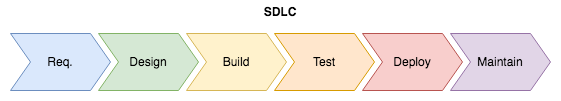
The draw.io diagram publications/presentation/pics/SDLC.png in brampat/security, before a commit. Source tidied: cells renumbered, new cells last; positions are measured from the earlier drawing's top-left corner, leaving out a move shared by most shapes.
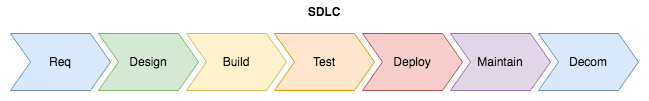
Above is the later version.

What changed in the source:
```diff
@@ -2,12 +2,12 @@
   <root>
     <mxCell id="0" />
     <mxCell id="1" parent="0" />
-    <mxCell id="2" value="SDLC" style="swimlane;horizontal=1;fillColor=none;strokeColor=none;stackBorder=10;align=center;fontColor=#000000;" parent="1" vertex="1">
-      <mxGeometry width="560" height="100" as="geometry" />
+    <mxCell id="2" value="SDLC" style="swimlane;horizontal=1;fillColor=none;strokeColor=none;stackBorder=10;align=center;fontColor=#000000;verticalAlign=middle;" parent="1" vertex="1">
+      <mxGeometry width="648" height="100" as="geometry" />
     </mxCell>
-    <mxCell id="3" value="Req." style="shape=step;perimeter=stepPerimeter;fixedSize=1;fillColor=#dae8fc;strokeColor=#6c8ebf;" parent="2" vertex="1">
-      <mxGeometry x="10" y="33" width="100" height="57" as="geometry" />
-    </mxCell>
+    <mxCell id="9" value="Req" style="shape=step;perimeter=stepPerimeter;fixedSize=1;fillColor=#dae8fc;strokeColor=#6c8ebf;" parent="2" vertex="1">
+      <mxGeometry x="10" y="33" width="100" height="57" as="geometry" />
+    </mxCell>
     <mxCell id="4" value="Design" style="shape=step;perimeter=stepPerimeter;fixedSize=1;fillColor=#d5e8d4;strokeColor=#82b366;" parent="2" vertex="1">
       <mxGeometry x="98" y="33" width="100" height="57" as="geometry" />
     </mxCell>
@@ -23,5 +23,8 @@
     <mxCell id="8" value="Maintain" style="shape=step;perimeter=stepPerimeter;fixedSize=1;fillColor=#e1d5e7;strokeColor=#9673a6;" parent="2" vertex="1">
       <mxGeometry x="450" y="33" width="100" height="57" as="geometry" />
     </mxCell>
+    <mxCell id="10" value="Decom" style="shape=step;perimeter=stepPerimeter;fixedSize=1;fillColor=#dae8fc;strokeColor=#6c8ebf;" parent="2" vertex="1">
+      <mxGeometry x="538" y="33" width="100" height="57" as="geometry" />
+    </mxCell>
   </root>
 </mxGraphModel>
```
